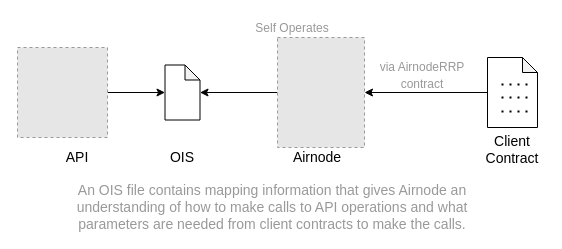
Above: docs/next/assets/diagrams/api-integration-ois.drawio in api3dao/old-api3-docs (draw.io), before the change. Source tidied: cells renumbered, new cells numbered last; positions are measured from the earlier drawing's top-left corner, leaving out a move shared by most shapes. Both pictures are drawn from the tidied source at 100%, with x=0, y=0 at pixel (17, 17). Pictures stored in the file or linked from it are replaced by grey dashed boxes.
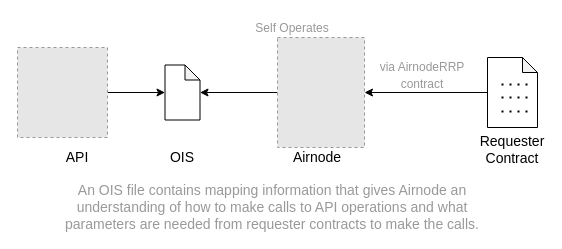
After the change.

Commit message (it also covers changes not shown here):
Change clients and requester: Issue 94

Diff of the diagram source:
```diff
@@
-    <mxCell id="11" value="An OIS file contains mapping information that gives Airnode an understanding of how to make calls to API operations and what parameters are needed from client contracts to make the calls." style="text;html=1;strokeColor=none;fillColor=none;align=center;verticalAlign=middle;whiteSpace=wrap;rounded=0;fontSize=14;fontColor=#999999;" parent="1" vertex="1">
+    <mxCell id="11" value="An OIS file contains mapping information that gives Airnode an understanding of how to make calls to API operations and what parameters are needed from requester contracts to make the calls." style="text;html=1;strokeColor=none;fillColor=none;align=center;verticalAlign=middle;whiteSpace=wrap;rounded=0;fontSize=14;fontColor=#999999;" parent="1" vertex="1">
       <mxGeometry x="35" y="180" width="440" height="20" as="geometry" />
     </mxCell>
@@
-    <mxCell id="14" value="Client Contract" style="text;html=1;strokeColor=none;fillColor=none;align=center;verticalAlign=middle;whiteSpace=wrap;rounded=0;fontSize=14;" parent="1" vertex="1">
+    <mxCell id="14" value="Requester Contract" style="text;html=1;strokeColor=none;fillColor=none;align=center;verticalAlign=middle;whiteSpace=wrap;rounded=0;fontSize=14;" parent="1" vertex="1">
       <mxGeometry x="475" y="122" width="40" height="20" as="geometry" />
     </mxCell>
```
